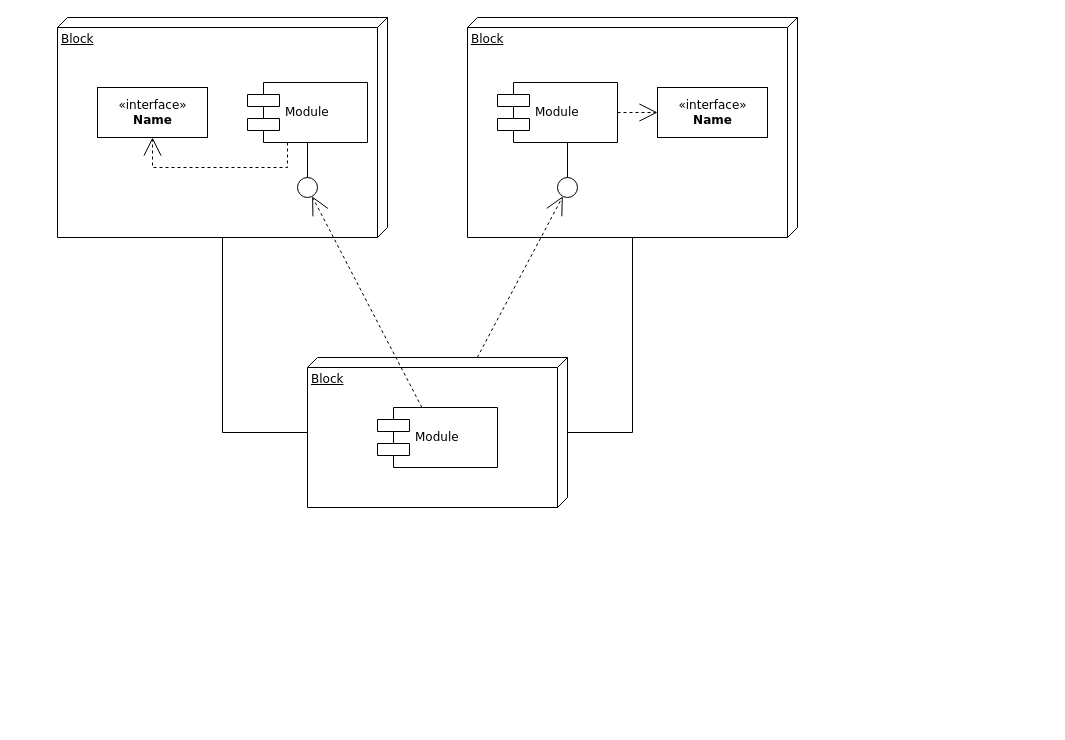
Before: Diagrams/MagridMVC Diagram.drawio in MohammadrezaTaghipour/magrid-things, a draw.io diagram. Source tidied: cells renumbered, new cells numbered last; positions are measured from the earlier drawing's top-left corner, leaving out a move shared by most shapes. Both pictures are drawn from the tidied source at 100%, with x=0, y=0 at pixel (57, 17).
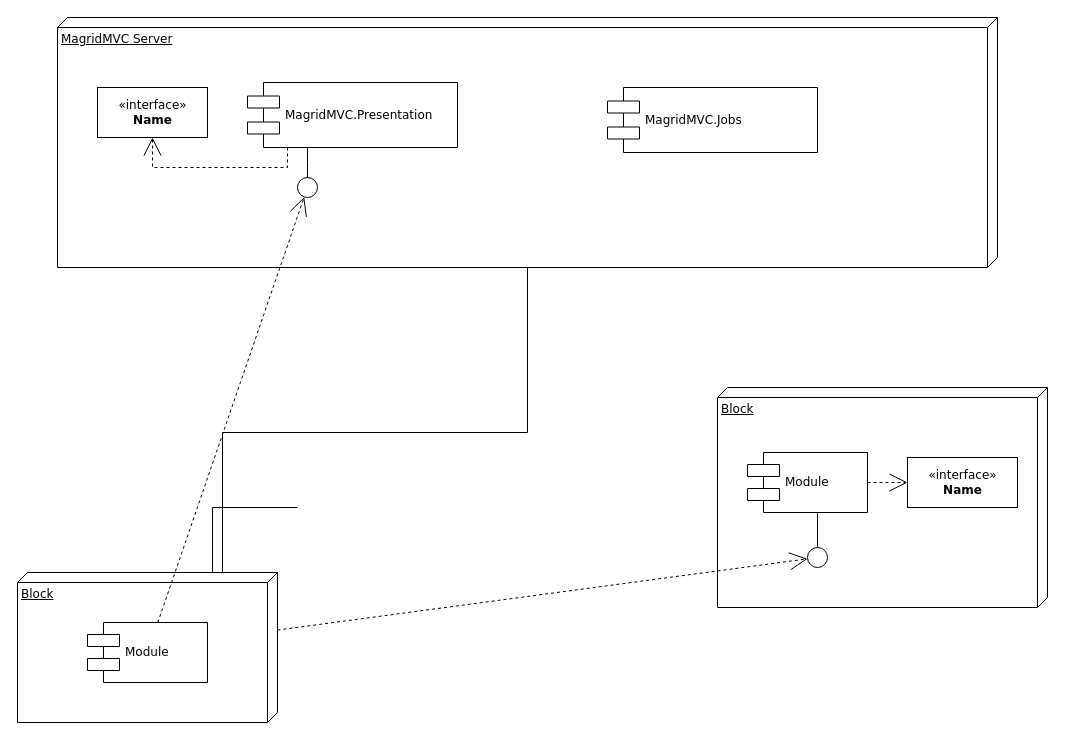
Above is the later version.

Diff of the diagram source:
```diff
@@
-    <mxCell id="2" value="Block" style="verticalAlign=top;align=left;spacingTop=8;spacingLeft=2;spacingRight=12;shape=cube;size=10;direction=south;fontStyle=4;html=1;rounded=0;shadow=0;comic=0;labelBackgroundColor=none;strokeWidth=1;fontFamily=Verdana;fontSize=12;" parent="1" vertex="1">
-      <mxGeometry width="330" height="220" as="geometry" />
+    <mxCell id="2" value="MagridMVC Server" style="verticalAlign=top;align=left;spacingTop=8;spacingLeft=2;spacingRight=12;shape=cube;size=10;direction=south;fontStyle=4;html=1;rounded=0;shadow=0;comic=0;labelBackgroundColor=none;strokeWidth=1;fontFamily=Verdana;fontSize=12;" parent="1" vertex="1">
+      <mxGeometry width="940" height="250" as="geometry" />
     </mxCell>
     <mxCell id="3" value="Block" style="verticalAlign=top;align=left;spacingTop=8;spacingLeft=2;spacingRight=12;shape=cube;size=10;direction=south;fontStyle=4;html=1;rounded=0;shadow=0;comic=0;labelBackgroundColor=none;strokeWidth=1;fontFamily=Verdana;fontSize=12;" parent="1" vertex="1">
-      <mxGeometry x="410" width="330" height="220" as="geometry" />
+      <mxGeometry x="660" y="370" width="330" height="220" as="geometry" />
     </mxCell>
     <mxCell id="4" value="Block" style="verticalAlign=top;align=left;spacingTop=8;spacingLeft=2;spacingRight=12;shape=cube;size=10;direction=south;fontStyle=4;html=1;rounded=0;shadow=0;comic=0;labelBackgroundColor=none;strokeWidth=1;fontFamily=Verdana;fontSize=12;" parent="1" vertex="1">
-      <mxGeometry x="250" y="340" width="260" height="150" as="geometry" />
+      <mxGeometry x="-40" y="555" width="260" height="150" as="geometry" />
     </mxCell>
@@
-    <mxCell id="6" value="Module" style="shape=component;align=left;spacingLeft=36;rounded=0;shadow=0;comic=0;labelBackgroundColor=none;strokeWidth=1;fontFamily=Verdana;fontSize=12;html=1;" parent="1" vertex="1">
-      <mxGeometry x="190" y="65" width="120" height="60" as="geometry" />
+    <mxCell id="6" value="MagridMVC.Presentation" style="shape=component;align=left;spacingLeft=36;rounded=0;shadow=0;comic=0;labelBackgroundColor=none;strokeWidth=1;fontFamily=Verdana;fontSize=12;html=1;" parent="1" vertex="1">
+      <mxGeometry x="190" y="65" width="210" height="65" as="geometry" />
     </mxCell>
@@
     <mxCell id="8" value="Module" style="shape=component;align=left;spacingLeft=36;rounded=0;shadow=0;comic=0;labelBackgroundColor=none;strokeWidth=1;fontFamily=Verdana;fontSize=12;html=1;" parent="1" vertex="1">
-      <mxGeometry x="440" y="65" width="120" height="60" as="geometry" />
+      <mxGeometry x="690" y="435" width="120" height="60" as="geometry" />
     </mxCell>
     <mxCell id="9" value="&amp;laquo;interface&amp;raquo;&lt;br&gt;&lt;b&gt;Name&lt;/b&gt;" style="html=1;rounded=0;shadow=0;comic=0;labelBackgroundColor=none;strokeWidth=1;fontFamily=Verdana;fontSize=12;align=center;" parent="1" vertex="1">
-      <mxGeometry x="600" y="70" width="110" height="50" as="geometry" />
+      <mxGeometry x="850" y="440" width="110" height="50" as="geometry" />
     </mxCell>
     <mxCell id="10" style="ellipse;whiteSpace=wrap;html=1;rounded=0;shadow=0;comic=0;labelBackgroundColor=none;strokeWidth=1;fontFamily=Verdana;fontSize=12;align=center;" parent="1" vertex="1">
-      <mxGeometry x="500" y="160" width="20" height="20" as="geometry" />
+      <mxGeometry x="750" y="530" width="20" height="20" as="geometry" />
     </mxCell>
     <mxCell id="11" value="Module" style="shape=component;align=left;spacingLeft=36;rounded=0;shadow=0;comic=0;labelBackgroundColor=none;strokeWidth=1;fontFamily=Verdana;fontSize=12;html=1;" parent="1" vertex="1">
-      <mxGeometry x="320" y="390" width="120" height="60" as="geometry" />
+      <mxGeometry x="30" y="605" width="120" height="60" as="geometry" />
     </mxCell>
@@
-    <mxCell id="18" style="edgeStyle=orthogonalEdgeStyle;rounded=0;html=1;labelBackgroundColor=none;startArrow=none;startFill=0;startSize=8;endArrow=none;endFill=0;endSize=16;fontFamily=Verdana;fontSize=12;" parent="1" edge="1" source="4" target="3">
+    <mxCell id="18" style="edgeStyle=orthogonalEdgeStyle;rounded=0;html=1;labelBackgroundColor=none;startArrow=none;startFill=0;startSize=8;endArrow=none;endFill=0;endSize=16;fontFamily=Verdana;fontSize=12;" parent="1" edge="1" source="4">
       <mxGeometry relative="1" as="geometry">
+        <mxPoint x="240" y="490" as="targetPoint" />
         <Array as="points">
-          <mxPoint x="575" y="415" />
+          <mxPoint x="155" y="490" />
         </Array>
       </mxGeometry>
     </mxCell>
@@
+    <mxCell id="20" value="MagridMVC.Jobs" style="shape=component;align=left;spacingLeft=36;rounded=0;shadow=0;comic=0;labelBackgroundColor=none;strokeWidth=1;fontFamily=Verdana;fontSize=12;html=1;" parent="1" vertex="1">
+      <mxGeometry x="550" y="70" width="210" height="65" as="geometry" />
+    </mxCell>
```
